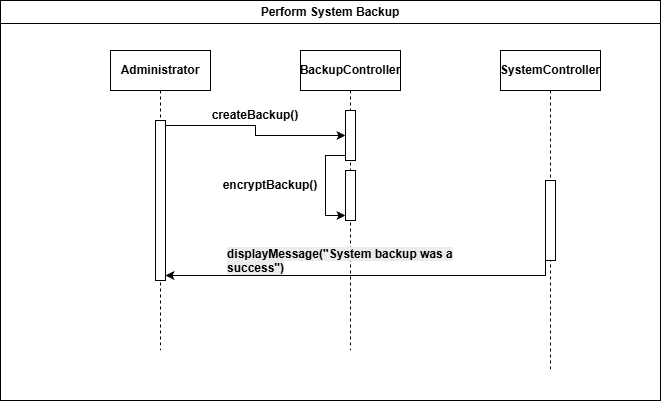
This is Week7/backup sequence.png from John34263/Hospital-Administration-System, a draw.io export, as it was before one commit. Source tidied: cells renumbered, new cells last; positions are measured from the earlier drawing's top-left corner, leaving out a move shared by most shapes. The source it was exported from:
```xml
<mxGraphModel>
  <root>
    <mxCell id="0" />
    <mxCell id="1" parent="0" />
    <mxCell id="2" value="Perform System Backup" style="swimlane;whiteSpace=wrap;html=1;swimlaneFillColor=default;startSize=23;" parent="1" vertex="1">
      <mxGeometry width="660" height="400" as="geometry" />
    </mxCell>
    <mxCell id="3" value="&lt;b&gt;SystemController&lt;/b&gt;" style="shape=umlLifeline;perimeter=lifelinePerimeter;whiteSpace=wrap;html=1;newEdgeStyle={&quot;edgeStyle&quot;:&quot;elbowEdgeStyle&quot;,&quot;elbow&quot;:&quot;vertical&quot;,&quot;curved&quot;:0,&quot;rounded&quot;:0};" parent="2" vertex="1">
      <mxGeometry x="500" y="50" width="100" height="320" as="geometry" />
    </mxCell>
    <mxCell id="4" style="html=1;points=[[0,0,0,0,5],[0,1,0,0,-5],[1,0,0,0,5],[1,1,0,0,-5]];perimeter=orthogonalPerimeter;outlineConnect=0;targetShapes=umlLifeline;portConstraint=eastwest;newEdgeStyle={&quot;curved&quot;:0,&quot;rounded&quot;:0};" parent="3" vertex="1">
      <mxGeometry x="45" y="130" width="10" height="80" as="geometry" />
    </mxCell>
    <mxCell id="5" value="&lt;b&gt;Administrator&lt;/b&gt;" style="shape=umlLifeline;perimeter=lifelinePerimeter;whiteSpace=wrap;html=1;newEdgeStyle={&quot;edgeStyle&quot;:&quot;elbowEdgeStyle&quot;,&quot;elbow&quot;:&quot;vertical&quot;,&quot;curved&quot;:0,&quot;rounded&quot;:0};" parent="2" vertex="1">
      <mxGeometry x="110" y="50" width="100" height="300" as="geometry" />
    </mxCell>
    <mxCell id="6" style="html=1;points=[[0,0,0,0,5],[0,1,0,0,-5],[1,0,0,0,5],[1,1,0,0,-5]];perimeter=orthogonalPerimeter;outlineConnect=0;targetShapes=umlLifeline;portConstraint=eastwest;newEdgeStyle={&quot;curved&quot;:0,&quot;rounded&quot;:0};" parent="5" vertex="1">
      <mxGeometry x="45" y="70" width="10" height="160" as="geometry" />
    </mxCell>
    <mxCell id="7" value="&lt;b&gt;createBackup()&lt;/b&gt;" style="text;html=1;whiteSpace=wrap;strokeColor=none;fillColor=none;align=center;verticalAlign=middle;rounded=0;" parent="2" vertex="1">
      <mxGeometry x="225" y="100" width="60" height="30" as="geometry" />
    </mxCell>
    <mxCell id="8" value="&lt;b&gt;encryptBackup()&lt;/b&gt;" style="text;html=1;whiteSpace=wrap;strokeColor=none;fillColor=none;align=center;verticalAlign=middle;rounded=0;" parent="2" vertex="1">
      <mxGeometry x="240" y="170" width="60" height="30" as="geometry" />
    </mxCell>
    <mxCell id="9" style="edgeStyle=orthogonalEdgeStyle;rounded=0;jettySize=auto;html=1;curved=0;exitX=0;exitY=1;exitDx=0;exitDy=-5;exitPerimeter=0;entryX=1;entryY=1;entryDx=0;entryDy=-5;entryPerimeter=0;" parent="2" edge="1" source="4" target="6">
      <mxGeometry relative="1" as="geometry">
        <Array as="points">
          <mxPoint x="545" y="275" />
        </Array>
      </mxGeometry>
    </mxCell>
    <mxCell id="10" value="&lt;b&gt;BackupController&lt;/b&gt;" style="shape=umlLifeline;perimeter=lifelinePerimeter;whiteSpace=wrap;html=1;newEdgeStyle={&quot;edgeStyle&quot;:&quot;elbowEdgeStyle&quot;,&quot;elbow&quot;:&quot;vertical&quot;,&quot;curved&quot;:0,&quot;rounded&quot;:0};" parent="1" vertex="1">
      <mxGeometry x="300" y="50" width="100" height="300" as="geometry" />
    </mxCell>
    <mxCell id="11" style="html=1;points=[[0,0,0,0,5],[0,1,0,0,-5],[1,0,0,0,5],[1,1,0,0,-5]];perimeter=orthogonalPerimeter;outlineConnect=0;targetShapes=umlLifeline;portConstraint=eastwest;newEdgeStyle={&quot;curved&quot;:0,&quot;rounded&quot;:0};" parent="10" vertex="1">
      <mxGeometry x="45" y="60" width="10" height="50" as="geometry" />
    </mxCell>
    <mxCell id="12" style="html=1;points=[[0,0,0,0,5],[0,1,0,0,-5],[1,0,0,0,5],[1,1,0,0,-5]];perimeter=orthogonalPerimeter;outlineConnect=0;targetShapes=umlLifeline;portConstraint=eastwest;newEdgeStyle={&quot;curved&quot;:0,&quot;rounded&quot;:0};" parent="10" vertex="1">
      <mxGeometry x="45" y="120" width="10" height="50" as="geometry" />
    </mxCell>
    <mxCell id="13" style="edgeStyle=orthogonalEdgeStyle;rounded=0;jettySize=auto;html=1;curved=0;exitX=0;exitY=1;exitDx=0;exitDy=-5;exitPerimeter=0;entryX=0;entryY=1;entryDx=0;entryDy=-5;entryPerimeter=0;" parent="10" edge="1" source="11" target="12">
      <mxGeometry relative="1" as="geometry" />
    </mxCell>
    <mxCell id="14" style="edgeStyle=orthogonalEdgeStyle;rounded=0;jettySize=auto;html=1;curved=0;exitX=1;exitY=0;exitDx=0;exitDy=5;exitPerimeter=0;" parent="1" edge="1" source="6" target="11">
      <mxGeometry relative="1" as="geometry" />
    </mxCell>
    <mxCell id="15" value="&lt;b style=&quot;forced-color-adjust: none; color: rgb(0, 0, 0); font-family: Helvetica; font-size: 12px; font-style: normal; font-variant-ligatures: normal; font-variant-caps: normal; letter-spacing: normal; orphans: 2; text-align: center; text-indent: 0px; text-transform: none; widows: 2; word-spacing: 0px; -webkit-text-stroke-width: 0px; white-space: normal; background-color: rgb(236, 236, 236); text-decoration-thickness: initial; text-decoration-style: initial; text-decoration-color: initial;&quot;&gt;displayMessage(&quot;System backup was a success&quot;)&lt;/b&gt;" style="text;whiteSpace=wrap;html=1;" parent="1" vertex="1">
      <mxGeometry x="225" y="240" width="250" height="40" as="geometry" />
    </mxCell>
  </root>
</mxGraphModel>
```
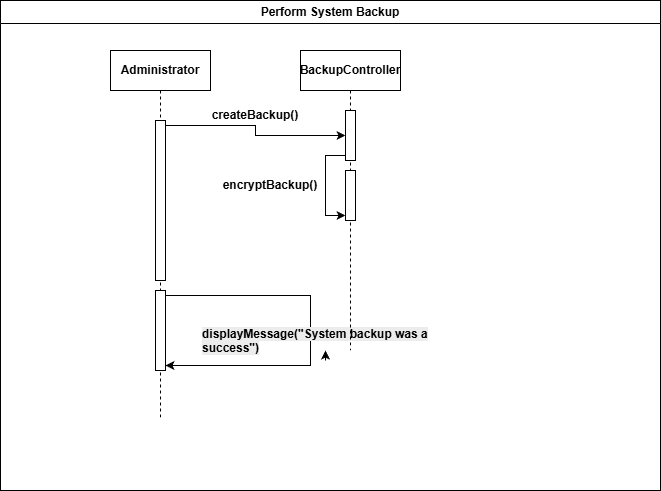
The same diagram one commit later.

Change to the diagram source:
```diff
@@ -3,33 +3,37 @@
     <mxCell id="0" />
     <mxCell id="1" parent="0" />
     <mxCell id="2" value="Perform System Backup" style="swimlane;whiteSpace=wrap;html=1;swimlaneFillColor=default;startSize=23;" parent="1" vertex="1">
-      <mxGeometry width="660" height="400" as="geometry" />
+      <mxGeometry width="660" height="490" as="geometry" />
     </mxCell>
-    <mxCell id="3" value="&lt;b&gt;SystemController&lt;/b&gt;" style="shape=umlLifeline;perimeter=lifelinePerimeter;whiteSpace=wrap;html=1;newEdgeStyle={&quot;edgeStyle&quot;:&quot;elbowEdgeStyle&quot;,&quot;elbow&quot;:&quot;vertical&quot;,&quot;curved&quot;:0,&quot;rounded&quot;:0};" parent="2" vertex="1">
-      <mxGeometry x="500" y="50" width="100" height="320" as="geometry" />
-    </mxCell>
-    <mxCell id="4" style="html=1;points=[[0,0,0,0,5],[0,1,0,0,-5],[1,0,0,0,5],[1,1,0,0,-5]];perimeter=orthogonalPerimeter;outlineConnect=0;targetShapes=umlLifeline;portConstraint=eastwest;newEdgeStyle={&quot;curved&quot;:0,&quot;rounded&quot;:0};" parent="3" vertex="1">
-      <mxGeometry x="45" y="130" width="10" height="80" as="geometry" />
-    </mxCell>
     <mxCell id="5" value="&lt;b&gt;Administrator&lt;/b&gt;" style="shape=umlLifeline;perimeter=lifelinePerimeter;whiteSpace=wrap;html=1;newEdgeStyle={&quot;edgeStyle&quot;:&quot;elbowEdgeStyle&quot;,&quot;elbow&quot;:&quot;vertical&quot;,&quot;curved&quot;:0,&quot;rounded&quot;:0};" parent="2" vertex="1">
-      <mxGeometry x="110" y="50" width="100" height="300" as="geometry" />
+      <mxGeometry x="110" y="50" width="100" height="370" as="geometry" />
     </mxCell>
     <mxCell id="6" style="html=1;points=[[0,0,0,0,5],[0,1,0,0,-5],[1,0,0,0,5],[1,1,0,0,-5]];perimeter=orthogonalPerimeter;outlineConnect=0;targetShapes=umlLifeline;portConstraint=eastwest;newEdgeStyle={&quot;curved&quot;:0,&quot;rounded&quot;:0};" parent="5" vertex="1">
       <mxGeometry x="45" y="70" width="10" height="160" as="geometry" />
     </mxCell>
+    <mxCell id="4" style="html=1;points=[[0,0,0,0,5],[0,1,0,0,-5],[1,0,0,0,5],[1,1,0,0,-5]];perimeter=orthogonalPerimeter;outlineConnect=0;targetShapes=umlLifeline;portConstraint=eastwest;newEdgeStyle={&quot;curved&quot;:0,&quot;rounded&quot;:0};" parent="5" vertex="1">
+      <mxGeometry x="45" y="240" width="10" height="80" as="geometry" />
+    </mxCell>
+    <mxCell id="9" style="edgeStyle=orthogonalEdgeStyle;rounded=0;orthogonalLoop=1;jettySize=auto;html=1;curved=0;exitX=1;exitY=0;exitDx=0;exitDy=5;exitPerimeter=0;entryX=1;entryY=1;entryDx=0;entryDy=-5;entryPerimeter=0;" parent="5" edge="1" source="4" target="4">
+      <mxGeometry relative="1" as="geometry">
+        <Array as="points">
+          <mxPoint x="200" y="245" />
+          <mxPoint x="200" y="315" />
+        </Array>
+      </mxGeometry>
+    </mxCell>
     <mxCell id="7" value="&lt;b&gt;createBackup()&lt;/b&gt;" style="text;html=1;whiteSpace=wrap;strokeColor=none;fillColor=none;align=center;verticalAlign=middle;rounded=0;" parent="2" vertex="1">
       <mxGeometry x="225" y="100" width="60" height="30" as="geometry" />
     </mxCell>
     <mxCell id="8" value="&lt;b&gt;encryptBackup()&lt;/b&gt;" style="text;html=1;whiteSpace=wrap;strokeColor=none;fillColor=none;align=center;verticalAlign=middle;rounded=0;" parent="2" vertex="1">
       <mxGeometry x="240" y="170" width="60" height="30" as="geometry" />
     </mxCell>
-    <mxCell id="9" style="edgeStyle=orthogonalEdgeStyle;rounded=0;jettySize=auto;html=1;curved=0;exitX=0;exitY=1;exitDx=0;exitDy=-5;exitPerimeter=0;entryX=1;entryY=1;entryDx=0;entryDy=-5;entryPerimeter=0;" parent="2" edge="1" source="4" target="6">
-      <mxGeometry relative="1" as="geometry">
-        <Array as="points">
-          <mxPoint x="545" y="275" />
-        </Array>
-      </mxGeometry>
-    </mxCell>
+    <mxCell id="15" value="&lt;b style=&quot;forced-color-adjust: none; color: rgb(0, 0, 0); font-family: Helvetica; font-size: 12px; font-style: normal; font-variant-ligatures: normal; font-variant-caps: normal; letter-spacing: normal; orphans: 2; text-align: center; text-indent: 0px; text-transform: none; widows: 2; word-spacing: 0px; -webkit-text-stroke-width: 0px; white-space: normal; background-color: rgb(236, 236, 236); text-decoration-thickness: initial; text-decoration-style: initial; text-decoration-color: initial;&quot;&gt;displayMessage(&quot;System backup was a success&quot;)&lt;/b&gt;" style="text;whiteSpace=wrap;html=1;" parent="2" vertex="1">
+      <mxGeometry x="200" y="320" width="250" height="40" as="geometry" />
+    </mxCell>
+    <mxCell id="16" style="edgeStyle=orthogonalEdgeStyle;rounded=0;orthogonalLoop=1;jettySize=auto;html=1;exitX=0.5;exitY=1;exitDx=0;exitDy=0;entryX=0.5;entryY=0.75;entryDx=0;entryDy=0;entryPerimeter=0;" parent="2" edge="1" source="15" target="15">
+      <mxGeometry relative="1" as="geometry" />
+    </mxCell>
     <mxCell id="10" value="&lt;b&gt;BackupController&lt;/b&gt;" style="shape=umlLifeline;perimeter=lifelinePerimeter;whiteSpace=wrap;html=1;newEdgeStyle={&quot;edgeStyle&quot;:&quot;elbowEdgeStyle&quot;,&quot;elbow&quot;:&quot;vertical&quot;,&quot;curved&quot;:0,&quot;rounded&quot;:0};" parent="1" vertex="1">
       <mxGeometry x="300" y="50" width="100" height="300" as="geometry" />
     </mxCell>
@@ -45,8 +49,5 @@
     <mxCell id="14" style="edgeStyle=orthogonalEdgeStyle;rounded=0;jettySize=auto;html=1;curved=0;exitX=1;exitY=0;exitDx=0;exitDy=5;exitPerimeter=0;" parent="1" edge="1" source="6" target="11">
       <mxGeometry relative="1" as="geometry" />
     </mxCell>
-    <mxCell id="15" value="&lt;b style=&quot;forced-color-adjust: none; color: rgb(0, 0, 0); font-family: Helvetica; font-size: 12px; font-style: normal; font-variant-ligatures: normal; font-variant-caps: normal; letter-spacing: normal; orphans: 2; text-align: center; text-indent: 0px; text-transform: none; widows: 2; word-spacing: 0px; -webkit-text-stroke-width: 0px; white-space: normal; background-color: rgb(236, 236, 236); text-decoration-thickness: initial; text-decoration-style: initial; text-decoration-color: initial;&quot;&gt;displayMessage(&quot;System backup was a success&quot;)&lt;/b&gt;" style="text;whiteSpace=wrap;html=1;" parent="1" vertex="1">
-      <mxGeometry x="225" y="240" width="250" height="40" as="geometry" />
-    </mxCell>
   </root>
 </mxGraphModel>
```
